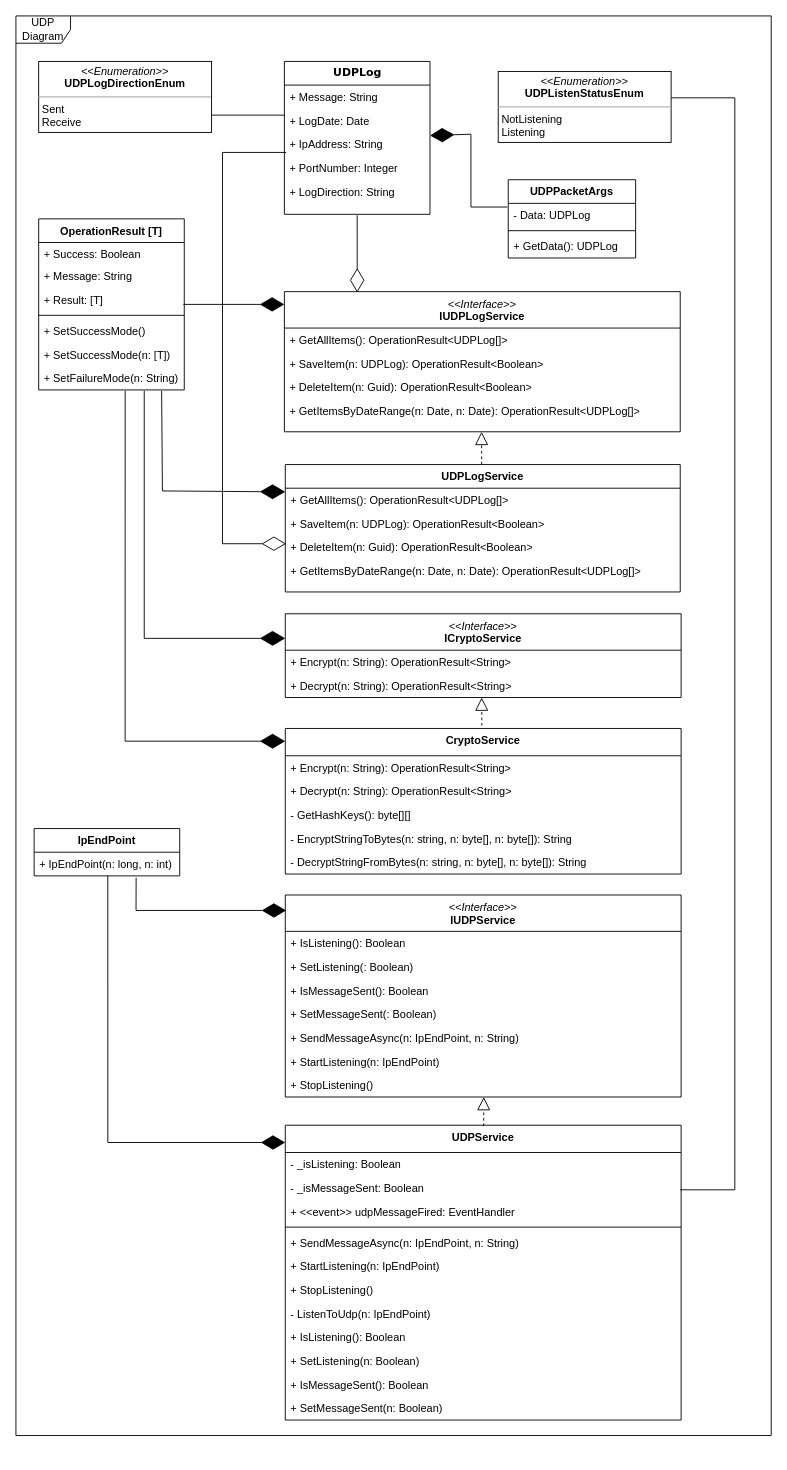
The draw.io diagram UDPCommunication.UI/Documentation/UMLDiagrams/uml_class_diagram.drawio in cusfekes/UDPCommunication, before the edit. Source tidied: cells renumbered, new cells numbered last; positions are measured from the earlier drawing's top-left corner, leaving out a move shared by most shapes. Both pictures are drawn from the tidied source at 91%, with x=0, y=0 at pixel (15, 15).
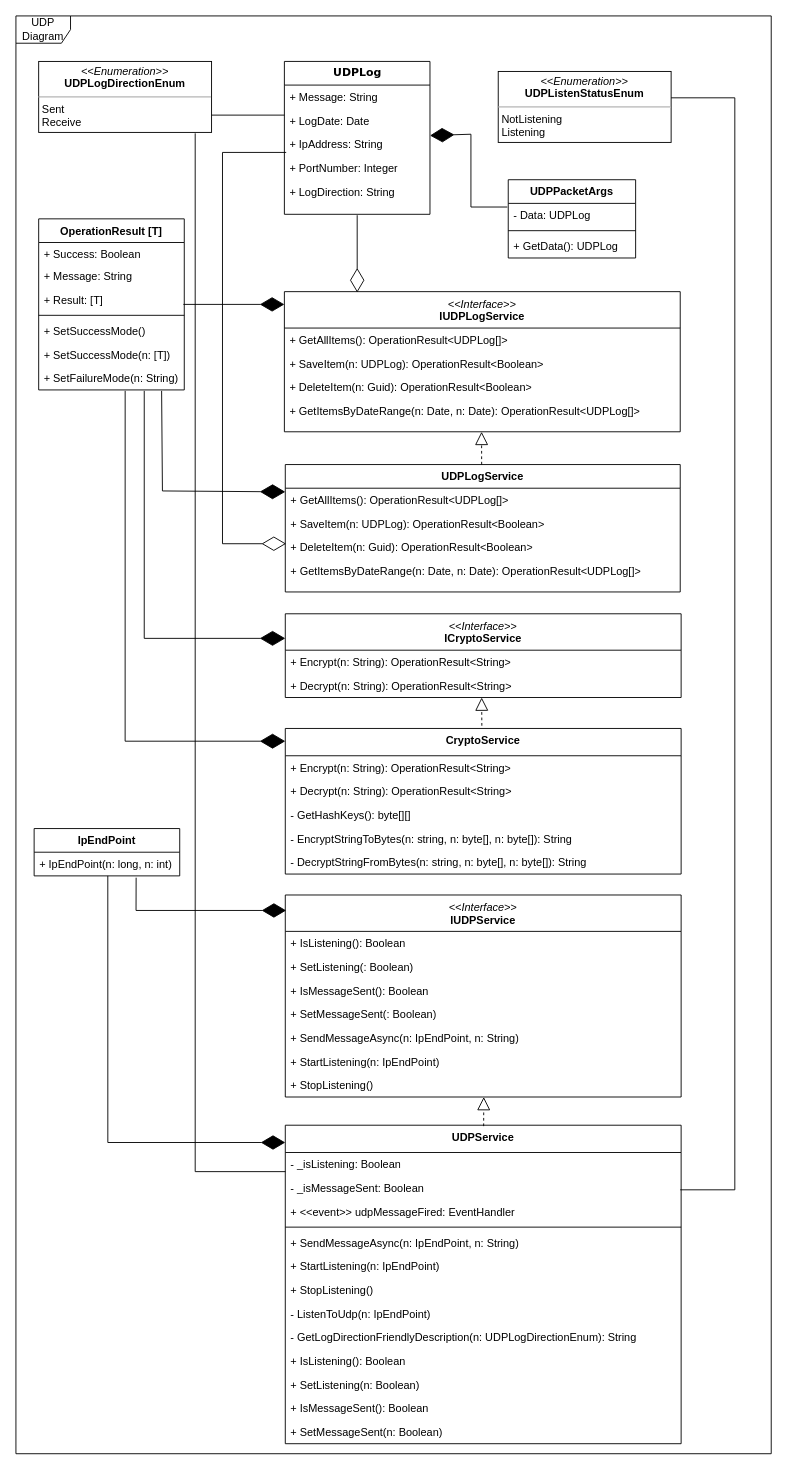
The same page after the edit.

What changed in the source:
```diff
@@
     <mxCell id="12" value="UDP Diagram" style="shape=umlFrame;whiteSpace=wrap;html=1;" parent="1" vertex="1">
-      <mxGeometry width="830" height="1560" as="geometry" />
+      <mxGeometry width="830" height="1580" as="geometry" />
     </mxCell>
@@
     <mxCell id="53" value="UDPService" style="swimlane;fontStyle=1;align=center;verticalAlign=top;horizontal=1;startSize=30;whiteSpace=wrap;html=1;" parent="1" vertex="1">
-      <mxGeometry x="296" y="1219" width="435" height="324" as="geometry" />
+      <mxGeometry x="296" y="1219" width="435" height="350" as="geometry" />
     </mxCell>
@@
+    <mxCell id="80" value="-&amp;nbsp;GetLogDirectionFriendlyDescription(n: UDPLogDirectionEnum): String" style="text;strokeColor=none;fillColor=none;align=left;verticalAlign=top;spacingLeft=4;spacingRight=4;overflow=hidden;whiteSpace=wrap;html=1;" parent="53" vertex="1">
+      <mxGeometry y="220" width="435" height="26" as="geometry" />
+    </mxCell>
     <mxCell id="63" value="+&amp;nbsp;IsListening(): Boolean" style="text;strokeColor=none;fillColor=none;align=left;verticalAlign=top;spacingLeft=4;spacingRight=4;overflow=hidden;whiteSpace=wrap;html=1;" parent="53" vertex="1">
-      <mxGeometry y="220" width="435" height="26" as="geometry" />
+      <mxGeometry y="246" width="435" height="26" as="geometry" />
     </mxCell>
     <mxCell id="64" value="+&amp;nbsp;SetListening(n: Boolean)" style="text;strokeColor=none;fillColor=none;align=left;verticalAlign=top;spacingLeft=4;spacingRight=4;overflow=hidden;whiteSpace=wrap;html=1;" parent="53" vertex="1">
-      <mxGeometry y="246" width="435" height="26" as="geometry" />
+      <mxGeometry y="272" width="435" height="26" as="geometry" />
     </mxCell>
     <mxCell id="65" value="+&amp;nbsp;IsMessageSent(): Boolean" style="text;strokeColor=none;fillColor=none;align=left;verticalAlign=top;spacingLeft=4;spacingRight=4;overflow=hidden;whiteSpace=wrap;html=1;" parent="53" vertex="1">
-      <mxGeometry y="272" width="435" height="26" as="geometry" />
+      <mxGeometry y="298" width="435" height="26" as="geometry" />
     </mxCell>
     <mxCell id="66" value="+&amp;nbsp;SetMessageSent(n: Boolean)" style="text;strokeColor=none;fillColor=none;align=left;verticalAlign=top;spacingLeft=4;spacingRight=4;overflow=hidden;whiteSpace=wrap;html=1;" parent="53" vertex="1">
-      <mxGeometry y="298" width="435" height="26" as="geometry" />
+      <mxGeometry y="324" width="435" height="26" as="geometry" />
     </mxCell>
@@
+    <mxCell id="81" style="endArrow=none;html=1;rounded=0;entryX=0.916;entryY=1.013;entryDx=0;entryDy=0;entryPerimeter=0;exitX=0.005;exitY=0.808;exitDx=0;exitDy=0;exitPerimeter=0;" parent="1" edge="1">
+      <mxGeometry relative="1" as="geometry">
+        <mxPoint x="296.2" y="1270" as="sourcePoint" />
+        <mxPoint x="197" y="129" as="targetPoint" />
+        <Array as="points">
+          <mxPoint x="197" y="1270" />
+        </Array>
+      </mxGeometry>
+    </mxCell>
```
